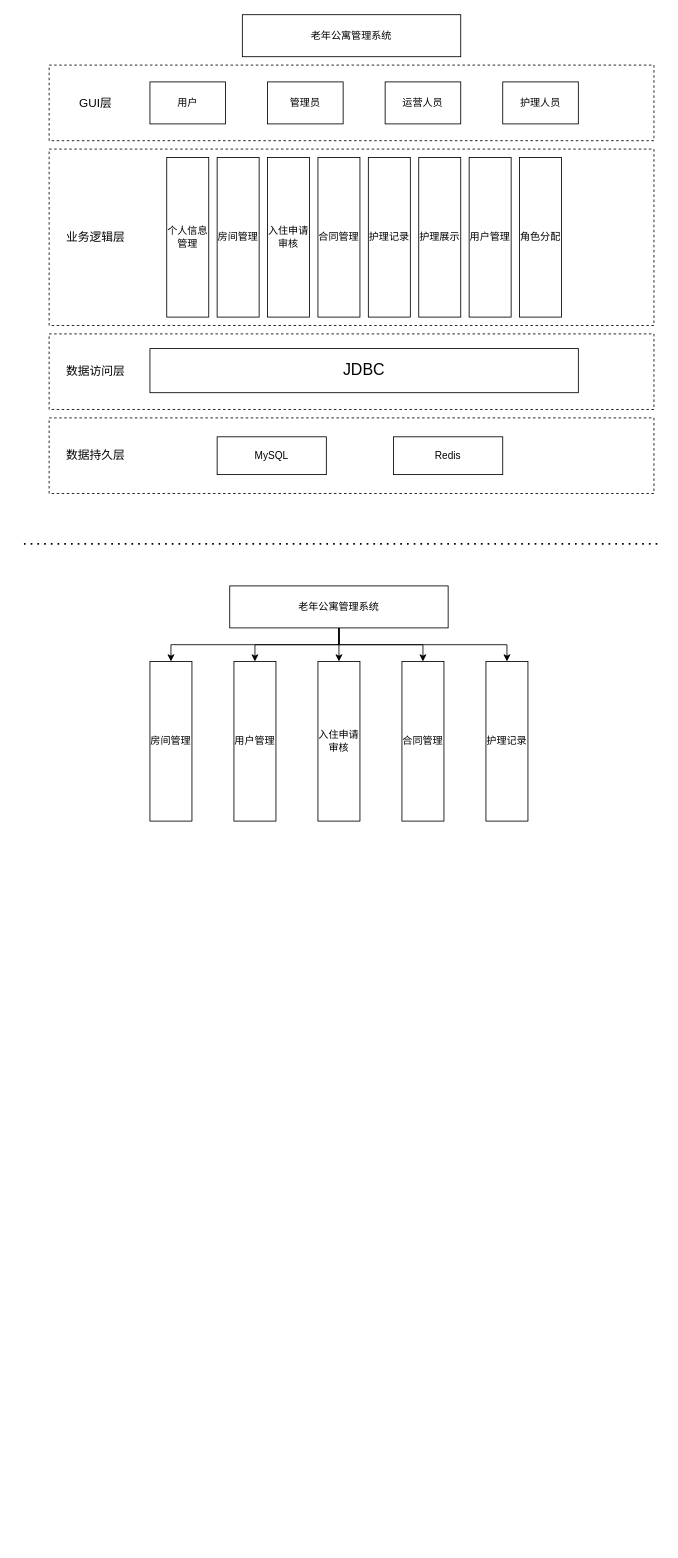
songjielong/drawio keeps this draw.io diagram as 老年公寓管理系统系统架构.drawio. Above is the earlier version. Source tidied: cells renumbered, new cells numbered last; positions are measured from the earlier drawing's top-left corner, leaving out a move shared by most shapes. Both pictures are drawn from the tidied source at 84%, with x=0, y=0 at pixel (24, 14).
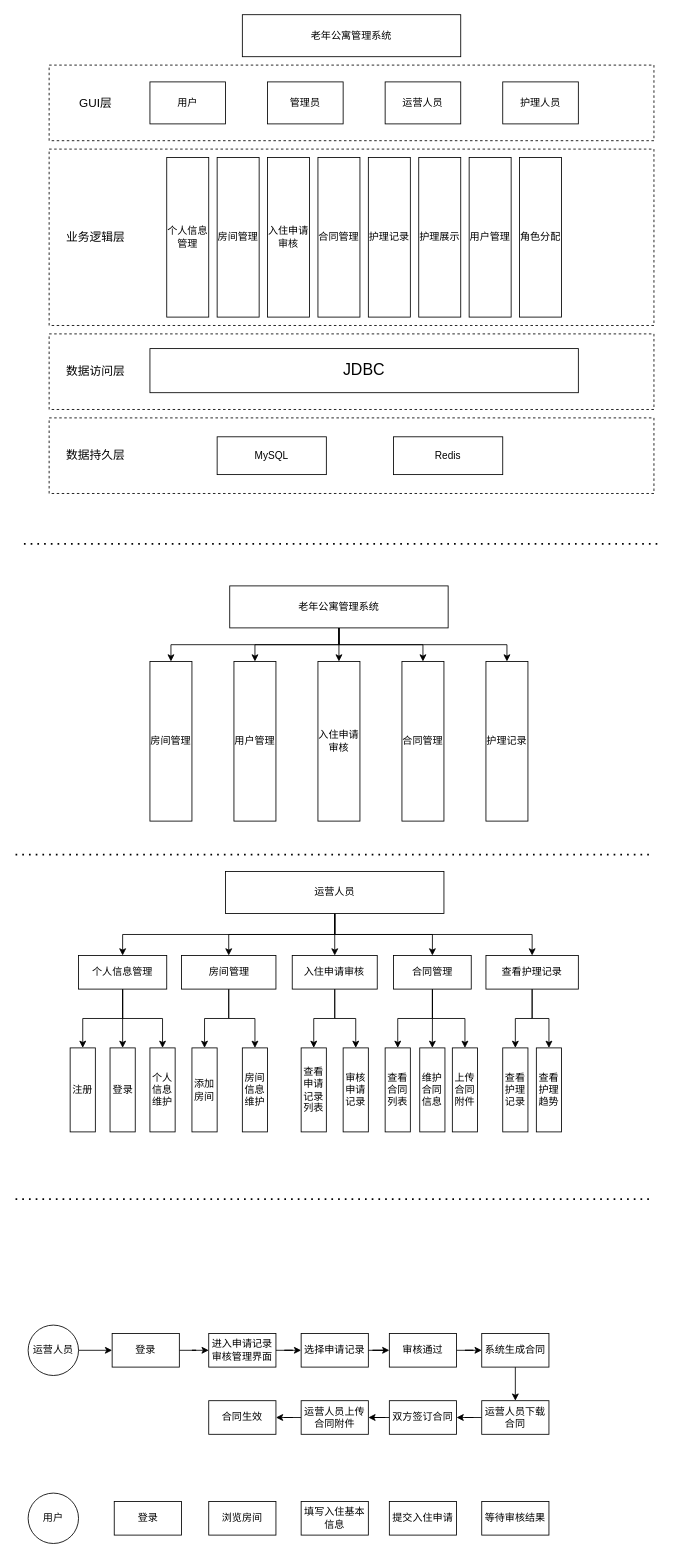
After the change.

Commit message:
更新老年公寓管理系统系统架构.drawio

Diff of the diagram source:
```diff
@@
+    <mxCell id="38" style="edgeStyle=orthogonalEdgeStyle;rounded=0;jettySize=auto;html=1;exitX=0.5;exitY=1;exitDx=0;exitDy=0;" parent="1" edge="1" source="43" target="48">
+      <mxGeometry relative="1" as="geometry" />
+    </mxCell>
+    <mxCell id="39" style="edgeStyle=orthogonalEdgeStyle;rounded=0;jettySize=auto;html=1;" parent="1" edge="1" source="43" target="51">
+      <mxGeometry relative="1" as="geometry" />
+    </mxCell>
+    <mxCell id="40" style="edgeStyle=orthogonalEdgeStyle;rounded=0;jettySize=auto;html=1;entryX=0.5;entryY=0;entryDx=0;entryDy=0;" parent="1" edge="1" source="43" target="58">
+      <mxGeometry relative="1" as="geometry" />
+    </mxCell>
+    <mxCell id="41" style="edgeStyle=orthogonalEdgeStyle;rounded=0;jettySize=auto;html=1;entryX=0.5;entryY=0;entryDx=0;entryDy=0;" parent="1" edge="1" source="43" target="55">
+      <mxGeometry relative="1" as="geometry" />
+    </mxCell>
+    <mxCell id="42" style="edgeStyle=orthogonalEdgeStyle;rounded=0;jettySize=auto;html=1;exitX=0.5;exitY=1;exitDx=0;exitDy=0;" parent="1" edge="1" source="43" target="61">
+      <mxGeometry relative="1" as="geometry" />
+    </mxCell>
+    <mxCell id="43" value="运营人员" style="rounded=0;whiteSpace=wrap;html=1;" parent="1" vertex="1">
+      <mxGeometry x="240" y="1020" width="260" height="50" as="geometry" />
+    </mxCell>
+    <mxCell id="44" style="endArrow=none;dashed=1;html=1;dashPattern=1 3;strokeWidth=2;rounded=0;" parent="1" edge="1">
+      <mxGeometry relative="1" as="geometry">
+        <mxPoint x="-10" y="1000" as="sourcePoint" />
+        <mxPoint x="750" y="1000" as="targetPoint" />
+      </mxGeometry>
+    </mxCell>
+    <mxCell id="45" style="edgeStyle=orthogonalEdgeStyle;rounded=0;jettySize=auto;html=1;entryX=0.5;entryY=0;entryDx=0;entryDy=0;" parent="1" edge="1" source="48" target="62">
+      <mxGeometry relative="1" as="geometry" />
+    </mxCell>
+    <mxCell id="46" style="edgeStyle=orthogonalEdgeStyle;rounded=0;jettySize=auto;html=1;entryX=0.5;entryY=0;entryDx=0;entryDy=0;" parent="1" edge="1" source="48" target="63">
+      <mxGeometry relative="1" as="geometry" />
+    </mxCell>
+    <mxCell id="47" style="edgeStyle=orthogonalEdgeStyle;rounded=0;jettySize=auto;html=1;" parent="1" edge="1" source="48" target="64">
+      <mxGeometry relative="1" as="geometry" />
+    </mxCell>
+    <mxCell id="48" value="个人信息管理" style="rounded=0;html=1;align=center;verticalAlign=middle;whiteSpace=wrap;horizontal=1;direction=east;flipV=0;flipH=1;" parent="1" vertex="1">
+      <mxGeometry x="65" y="1120" width="105" height="40" as="geometry" />
+    </mxCell>
+    <mxCell id="49" style="edgeStyle=orthogonalEdgeStyle;rounded=0;jettySize=auto;html=1;" parent="1" edge="1" source="51" target="65">
+      <mxGeometry relative="1" as="geometry" />
+    </mxCell>
+    <mxCell id="50" style="edgeStyle=orthogonalEdgeStyle;rounded=0;jettySize=auto;html=1;" parent="1" edge="1" source="51" target="66">
+      <mxGeometry relative="1" as="geometry" />
+    </mxCell>
+    <mxCell id="51" value="房间管理" style="rounded=0;html=1;align=center;verticalAlign=middle;whiteSpace=wrap;horizontal=1;direction=east;flipV=0;flipH=1;" parent="1" vertex="1">
+      <mxGeometry x="187.5" y="1120" width="112.5" height="40" as="geometry" />
+    </mxCell>
+    <mxCell id="52" style="edgeStyle=orthogonalEdgeStyle;rounded=0;jettySize=auto;html=1;entryX=0.5;entryY=0;entryDx=0;entryDy=0;" parent="1" edge="1" source="55" target="69">
+      <mxGeometry relative="1" as="geometry" />
+    </mxCell>
+    <mxCell id="53" style="edgeStyle=orthogonalEdgeStyle;rounded=0;jettySize=auto;html=1;entryX=0.5;entryY=0;entryDx=0;entryDy=0;" parent="1" edge="1" source="55" target="70">
+      <mxGeometry relative="1" as="geometry" />
+    </mxCell>
+    <mxCell id="54" style="edgeStyle=orthogonalEdgeStyle;rounded=0;jettySize=auto;html=1;" parent="1" edge="1" source="55" target="71">
+      <mxGeometry relative="1" as="geometry" />
+    </mxCell>
+    <mxCell id="55" value="合同管理" style="rounded=0;html=1;align=center;verticalAlign=middle;whiteSpace=wrap;horizontal=1;direction=east;flipV=0;flipH=1;" parent="1" vertex="1">
+      <mxGeometry x="440" y="1120" width="92.5" height="40" as="geometry" />
+    </mxCell>
+    <mxCell id="56" style="edgeStyle=orthogonalEdgeStyle;rounded=0;jettySize=auto;html=1;" parent="1" edge="1" source="58" target="67">
+      <mxGeometry relative="1" as="geometry" />
+    </mxCell>
+    <mxCell id="57" style="edgeStyle=orthogonalEdgeStyle;rounded=0;jettySize=auto;html=1;" parent="1" edge="1" source="58" target="68">
+      <mxGeometry relative="1" as="geometry" />
+    </mxCell>
+    <mxCell id="58" value="入住申请审核" style="rounded=0;html=1;align=center;verticalAlign=middle;whiteSpace=wrap;horizontal=1;direction=east;flipV=0;flipH=1;" parent="1" vertex="1">
+      <mxGeometry x="319.4" y="1120" width="101.2" height="40" as="geometry" />
+    </mxCell>
+    <mxCell id="59" style="edgeStyle=orthogonalEdgeStyle;rounded=0;jettySize=auto;html=1;entryX=0.5;entryY=0;entryDx=0;entryDy=0;" parent="1" edge="1" source="61" target="72">
+      <mxGeometry relative="1" as="geometry" />
+    </mxCell>
+    <mxCell id="60" style="edgeStyle=orthogonalEdgeStyle;rounded=0;jettySize=auto;html=1;entryX=0.5;entryY=0;entryDx=0;entryDy=0;" parent="1" edge="1" source="61" target="73">
+      <mxGeometry relative="1" as="geometry" />
+    </mxCell>
+    <mxCell id="61" value="查看护理记录" style="rounded=0;html=1;align=center;verticalAlign=middle;whiteSpace=wrap;horizontal=1;direction=east;flipV=0;flipH=1;" parent="1" vertex="1">
+      <mxGeometry x="550" y="1120" width="110" height="40" as="geometry" />
+    </mxCell>
+    <mxCell id="62" value="注册" style="rounded=0;html=1;align=center;verticalAlign=middle;whiteSpace=wrap;horizontal=1;direction=east;flipV=0;flipH=1;" parent="1" vertex="1">
+      <mxGeometry x="55" y="1230" width="30" height="100" as="geometry" />
+    </mxCell>
+    <mxCell id="63" value="登录" style="rounded=0;html=1;align=center;verticalAlign=middle;whiteSpace=wrap;horizontal=1;direction=east;flipV=0;flipH=1;" parent="1" vertex="1">
+      <mxGeometry x="102.5" y="1230" width="30" height="100" as="geometry" />
+    </mxCell>
+    <mxCell id="64" value="个人信息维护" style="rounded=0;html=1;align=center;verticalAlign=middle;whiteSpace=wrap;horizontal=1;direction=east;flipV=0;flipH=1;" parent="1" vertex="1">
+      <mxGeometry x="150" y="1230" width="30" height="100" as="geometry" />
+    </mxCell>
+    <mxCell id="65" value="添加房间" style="rounded=0;html=1;align=center;verticalAlign=middle;whiteSpace=wrap;horizontal=1;direction=east;flipV=0;flipH=1;" parent="1" vertex="1">
+      <mxGeometry x="200" y="1230" width="30" height="100" as="geometry" />
+    </mxCell>
+    <mxCell id="66" value="房间信息维护" style="rounded=0;html=1;align=center;verticalAlign=middle;whiteSpace=wrap;horizontal=1;direction=east;flipV=0;flipH=1;" parent="1" vertex="1">
+      <mxGeometry x="260" y="1230" width="30" height="100" as="geometry" />
+    </mxCell>
+    <mxCell id="67" value="查看申请记录&lt;br&gt;列表" style="rounded=0;html=1;align=center;verticalAlign=middle;whiteSpace=wrap;horizontal=1;direction=east;flipV=0;flipH=1;" parent="1" vertex="1">
+      <mxGeometry x="330" y="1230" width="30" height="100" as="geometry" />
+    </mxCell>
+    <mxCell id="68" value="审核申请记录" style="rounded=0;html=1;align=center;verticalAlign=middle;whiteSpace=wrap;horizontal=1;direction=east;flipV=0;flipH=1;" parent="1" vertex="1">
+      <mxGeometry x="380" y="1230" width="30" height="100" as="geometry" />
+    </mxCell>
+    <mxCell id="69" value="查看合同列表" style="rounded=0;html=1;align=center;verticalAlign=middle;whiteSpace=wrap;horizontal=1;direction=east;flipV=0;flipH=1;" parent="1" vertex="1">
+      <mxGeometry x="430" y="1230" width="30" height="100" as="geometry" />
+    </mxCell>
+    <mxCell id="70" value="维护合同信息" style="rounded=0;html=1;align=center;verticalAlign=middle;whiteSpace=wrap;horizontal=1;direction=east;flipV=0;flipH=1;" parent="1" vertex="1">
+      <mxGeometry x="471.2" y="1230" width="30" height="100" as="geometry" />
+    </mxCell>
+    <mxCell id="71" value="上传合同附件" style="rounded=0;html=1;align=center;verticalAlign=middle;whiteSpace=wrap;horizontal=1;direction=east;flipV=0;flipH=1;" parent="1" vertex="1">
+      <mxGeometry x="510" y="1230" width="30" height="100" as="geometry" />
+    </mxCell>
+    <mxCell id="72" value="查看护理记录" style="rounded=0;html=1;align=center;verticalAlign=middle;whiteSpace=wrap;horizontal=1;direction=east;flipV=0;flipH=1;" parent="1" vertex="1">
+      <mxGeometry x="570" y="1230" width="30" height="100" as="geometry" />
+    </mxCell>
+    <mxCell id="73" value="查看护理趋势" style="rounded=0;html=1;align=center;verticalAlign=middle;whiteSpace=wrap;horizontal=1;direction=east;flipV=0;flipH=1;" parent="1" vertex="1">
+      <mxGeometry x="610" y="1230" width="30" height="100" as="geometry" />
+    </mxCell>
+    <mxCell id="74" style="endArrow=none;dashed=1;html=1;dashPattern=1 3;strokeWidth=2;rounded=0;" parent="1" edge="1">
+      <mxGeometry relative="1" as="geometry">
+        <mxPoint x="-10" y="1410" as="sourcePoint" />
+        <mxPoint x="750" y="1410" as="targetPoint" />
+      </mxGeometry>
+    </mxCell>
+    <mxCell id="75" style="edgeStyle=orthogonalEdgeStyle;rounded=0;jettySize=auto;html=1;" parent="1" edge="1" source="76" target="78">
+      <mxGeometry relative="1" as="geometry" />
+    </mxCell>
+    <mxCell id="76" value="运营人员" style="ellipse;whiteSpace=wrap;html=1;" parent="1" vertex="1">
+      <mxGeometry x="5" y="1560" width="60" height="60" as="geometry" />
+    </mxCell>
+    <mxCell id="77" style="edgeStyle=orthogonalEdgeStyle;rounded=0;jettySize=auto;html=1;" parent="1" edge="1" source="78" target="80">
+      <mxGeometry relative="1" as="geometry" />
+    </mxCell>
+    <mxCell id="78" value="登录" style="rounded=0;whiteSpace=wrap;html=1;" parent="1" vertex="1">
+      <mxGeometry x="105" y="1570" width="80" height="40" as="geometry" />
+    </mxCell>
+    <mxCell id="79" style="edgeStyle=orthogonalEdgeStyle;rounded=0;jettySize=auto;html=1;" parent="1" edge="1" source="80" target="82">
+      <mxGeometry relative="1" as="geometry" />
+    </mxCell>
+    <mxCell id="80" value="进入申请记录审核管理界面" style="rounded=0;whiteSpace=wrap;html=1;" parent="1" vertex="1">
+      <mxGeometry x="220" y="1570" width="80" height="40" as="geometry" />
+    </mxCell>
+    <mxCell id="81" style="edgeStyle=orthogonalEdgeStyle;rounded=0;jettySize=auto;html=1;" parent="1" edge="1" source="82" target="84">
+      <mxGeometry relative="1" as="geometry" />
+    </mxCell>
+    <mxCell id="82" value="选择申请记录" style="rounded=0;whiteSpace=wrap;html=1;" parent="1" vertex="1">
+      <mxGeometry x="330" y="1570" width="80" height="40" as="geometry" />
+    </mxCell>
+    <mxCell id="83" style="edgeStyle=orthogonalEdgeStyle;rounded=0;jettySize=auto;html=1;" parent="1" edge="1" source="84" target="86">
+      <mxGeometry relative="1" as="geometry" />
+    </mxCell>
+    <mxCell id="84" value="审核通过" style="rounded=0;whiteSpace=wrap;html=1;" parent="1" vertex="1">
+      <mxGeometry x="435" y="1570" width="80" height="40" as="geometry" />
+    </mxCell>
+    <mxCell id="85" style="edgeStyle=orthogonalEdgeStyle;rounded=0;jettySize=auto;html=1;" parent="1" edge="1" source="86" target="88">
+      <mxGeometry relative="1" as="geometry" />
+    </mxCell>
+    <mxCell id="86" value="系统生成合同" style="rounded=0;whiteSpace=wrap;html=1;" parent="1" vertex="1">
+      <mxGeometry x="545" y="1570" width="80" height="40" as="geometry" />
+    </mxCell>
+    <mxCell id="87" style="edgeStyle=orthogonalEdgeStyle;rounded=0;jettySize=auto;html=1;" parent="1" edge="1" source="88" target="90">
+      <mxGeometry relative="1" as="geometry" />
+    </mxCell>
+    <mxCell id="88" value="运营人员下载合同" style="rounded=0;whiteSpace=wrap;html=1;" parent="1" vertex="1">
+      <mxGeometry x="545" y="1650" width="80" height="40" as="geometry" />
+    </mxCell>
+    <mxCell id="89" style="edgeStyle=orthogonalEdgeStyle;rounded=0;jettySize=auto;html=1;" parent="1" edge="1" source="90" target="92">
+      <mxGeometry relative="1" as="geometry" />
+    </mxCell>
+    <mxCell id="90" value="双方签订合同" style="rounded=0;whiteSpace=wrap;html=1;" parent="1" vertex="1">
+      <mxGeometry x="435" y="1650" width="80" height="40" as="geometry" />
+    </mxCell>
+    <mxCell id="91" style="edgeStyle=orthogonalEdgeStyle;rounded=0;jettySize=auto;html=1;" parent="1" edge="1" source="92" target="93">
+      <mxGeometry relative="1" as="geometry" />
+    </mxCell>
+    <mxCell id="92" value="运营人员上传合同附件" style="rounded=0;whiteSpace=wrap;html=1;" parent="1" vertex="1">
+      <mxGeometry x="330" y="1650" width="80" height="40" as="geometry" />
+    </mxCell>
+    <mxCell id="93" value="合同生效" style="rounded=0;whiteSpace=wrap;html=1;" parent="1" vertex="1">
+      <mxGeometry x="220" y="1650" width="80" height="40" as="geometry" />
+    </mxCell>
+    <mxCell id="94" value="用户" style="ellipse;whiteSpace=wrap;html=1;" parent="1" vertex="1">
+      <mxGeometry x="5" y="1760" width="60" height="60" as="geometry" />
+    </mxCell>
+    <mxCell id="95" value="登录" style="rounded=0;whiteSpace=wrap;html=1;" parent="1" vertex="1">
+      <mxGeometry x="107.5" y="1770" width="80" height="40" as="geometry" />
+    </mxCell>
+    <mxCell id="96" value="浏览房间" style="rounded=0;whiteSpace=wrap;html=1;" parent="1" vertex="1">
+      <mxGeometry x="220" y="1770" width="80" height="40" as="geometry" />
+    </mxCell>
+    <mxCell id="97" value="填写入住基本信息" style="rounded=0;whiteSpace=wrap;html=1;" parent="1" vertex="1">
+      <mxGeometry x="330" y="1770" width="80" height="40" as="geometry" />
+    </mxCell>
+    <mxCell id="98" value="提交入住申请" style="rounded=0;whiteSpace=wrap;html=1;" parent="1" vertex="1">
+      <mxGeometry x="435" y="1770" width="80" height="40" as="geometry" />
+    </mxCell>
+    <mxCell id="99" value="等待审核结果" style="rounded=0;whiteSpace=wrap;html=1;" parent="1" vertex="1">
+      <mxGeometry x="545" y="1770" width="80" height="40" as="geometry" />
+    </mxCell>
```
